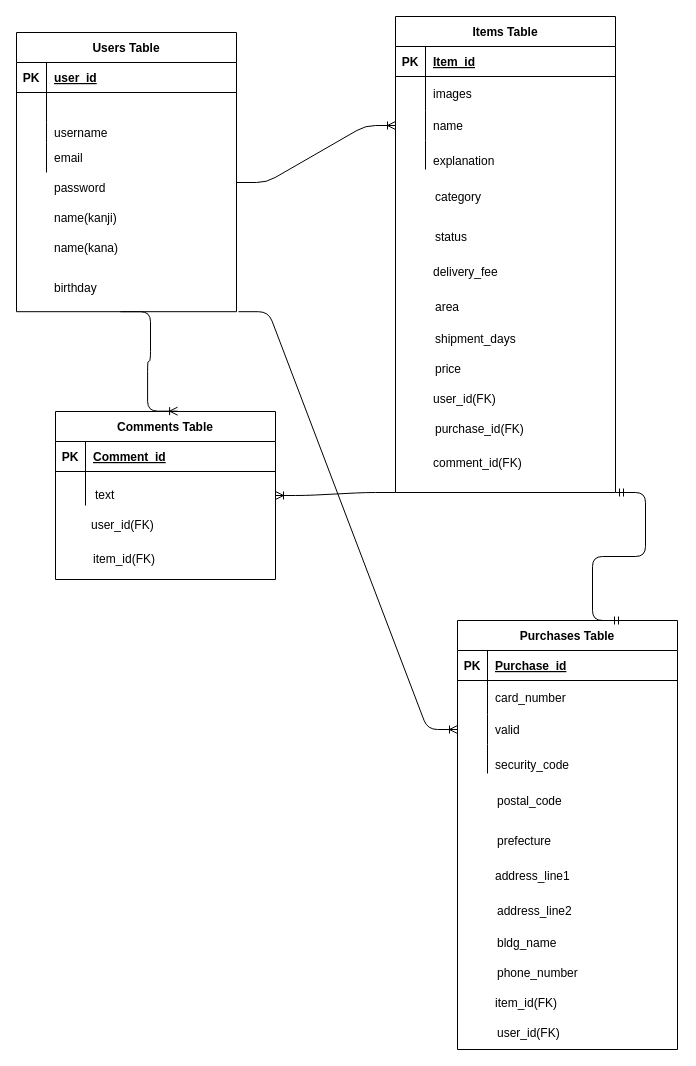
The draw.io diagram furima.drawio in hiroonrails/furima-34323, before the edit. Source tidied: cells renumbered, new cells numbered last; positions are measured from the earlier drawing's top-left corner, leaving out a move shared by most shapes. Both pictures are drawn from the tidied source at 100%, with x=0, y=0 at pixel (16, 16).
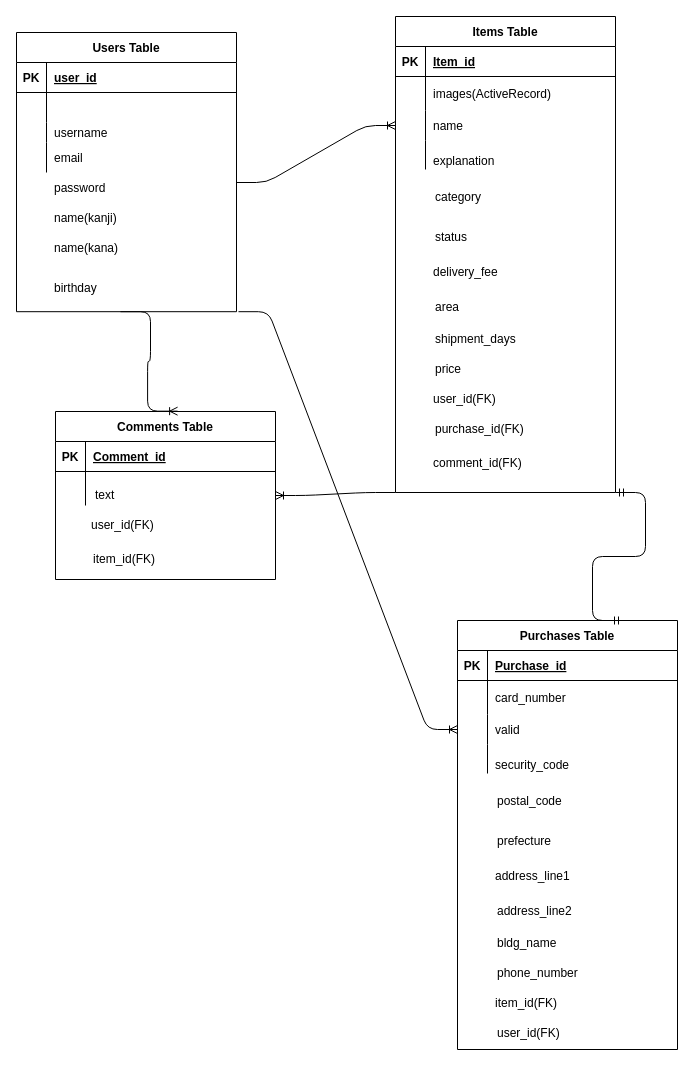
The same diagram, later.

The change refers to these unchanged cells:
```xml
<mxCell id="6" style="shape=partialRectangle;fillColor=none;top=0;left=0;bottom=0;right=0;" parent="2" vertex="1">
  <mxGeometry y="60" width="220" height="34" as="geometry" />
</mxCell>
```

Change to the diagram source:
```diff
@@
-    <mxCell id="8" value="images" style="shape=partialRectangle;fillColor=none;top=0;left=0;bottom=0;right=0;align=left;spacingLeft=6;overflow=hidden;" parent="6" vertex="1">
+    <mxCell id="8" value="images(ActiveRecord)" style="shape=partialRectangle;fillColor=none;top=0;left=0;bottom=0;right=0;align=left;spacingLeft=6;overflow=hidden;" parent="6" vertex="1">
       <mxGeometry x="30" width="190" height="34" as="geometry" />
     </mxCell>
```
